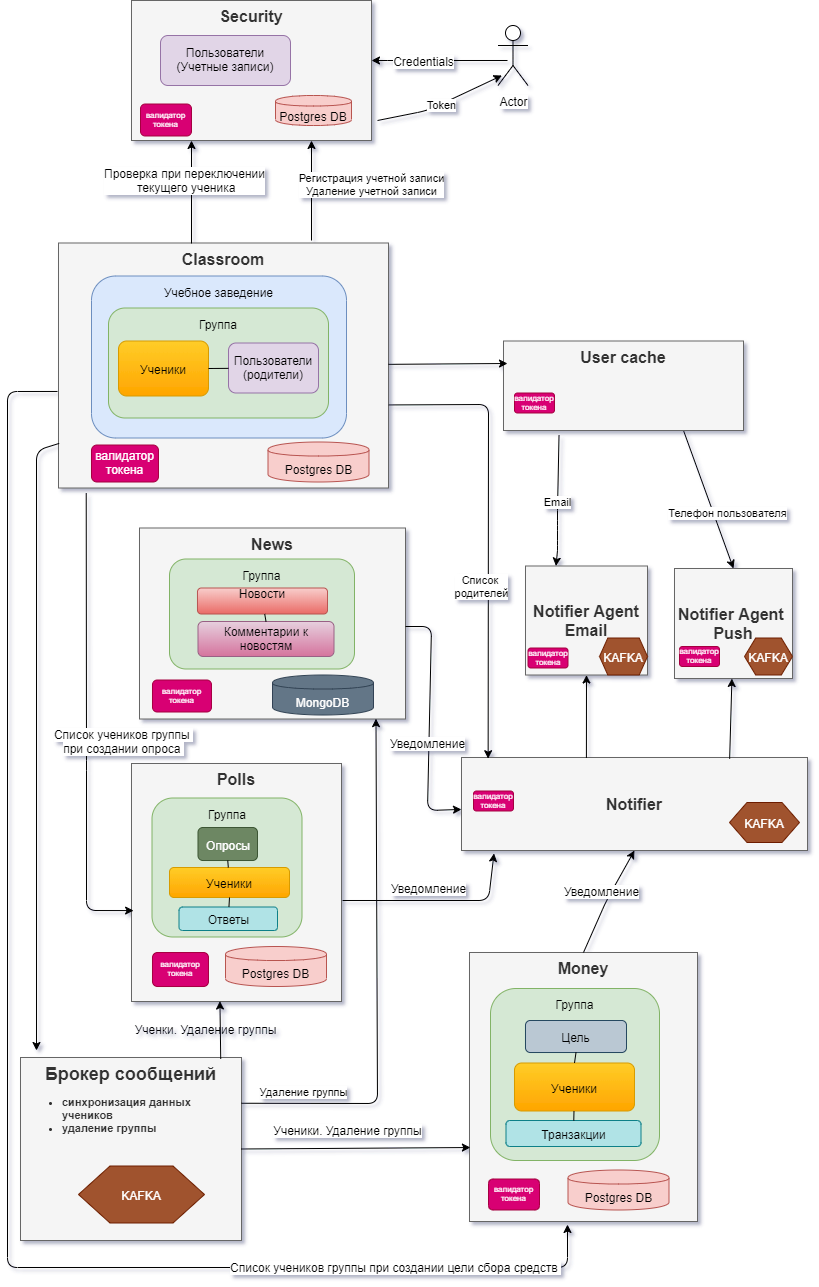
Above: pics/parcom_hw5.png in pleshakoff/pc-root (draw.io), before the change. Source tidied: cells renumbered, new cells last; positions are measured from the earlier drawing's top-left corner, leaving out a move shared by most shapes.
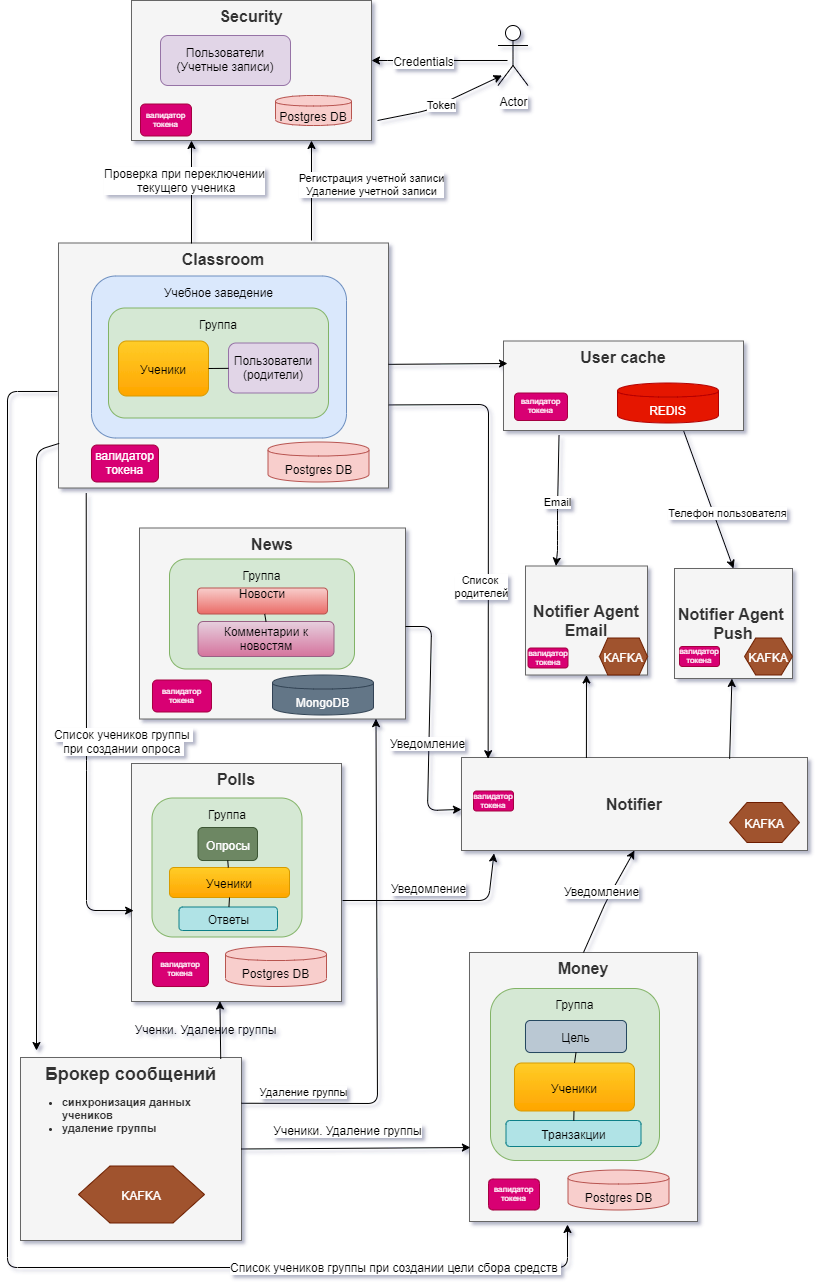
The same file after the commit.

Commit message:
Обновленная схема

What changed in the source:
```diff
@@ -311,8 +311,11 @@
       </mxGeometry>
     </mxCell>
     <mxCell id="80" value="валидатор токена" style="rounded=1;whiteSpace=wrap;html=1;fillColor=#d80073;strokeColor=#A50040;fontColor=#ffffff;fontSize=8;" parent="1" vertex="1">
-      <mxGeometry x="507" y="392.5" width="40" height="20" as="geometry" />
+      <mxGeometry x="507" y="392.5" width="53" height="27.5" as="geometry" />
     </mxCell>
+    <mxCell id="83" value="REDIS" style="shape=cylinder;whiteSpace=wrap;html=1;boundedLbl=1;backgroundOutline=1;fillColor=#e51400;strokeColor=#B20000;fontColor=#ffffff;" parent="1" vertex="1">
+      <mxGeometry x="610" y="382.5" width="101" height="40" as="geometry" />
+    </mxCell>
     <mxCell id="81" value="Untitled Layer" parent="0" />
     <mxCell id="82" value="Postgres DB" style="shape=cylinder;whiteSpace=wrap;html=1;boundedLbl=1;backgroundOutline=1;fillColor=#f8cecc;strokeColor=#b85450;" parent="81" vertex="1">
       <mxGeometry x="260.5" y="441.5" width="101" height="40" as="geometry" />
```
